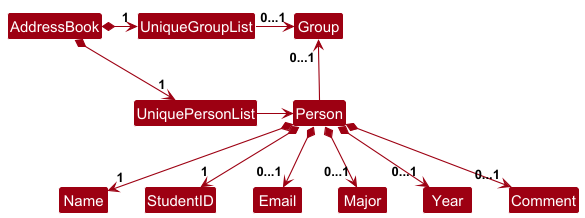
Earlier version of the PlantUML export docs/images/BetterModelClassDiagram.png (nus-cs2103-AY2425S1/tp).
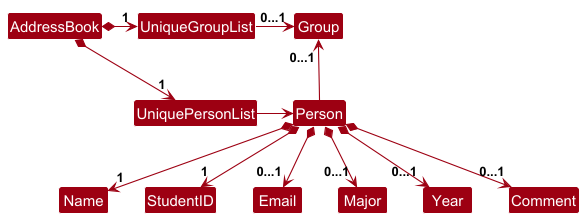
After the change.

Commit message:
Update person Uml diagram

What changed in the source:
```diff
@@ -16,10 +16,10 @@
 
 Person *--> "1" Name
 Person *--> "1" StudentID
+Person *--> "0...1" Comment
+Person *--> "0...1" Email
 Person *--> "0...1" Major
-Person *--> "0...1" Email
 Person *--> "0...1" Year
-Person *--> "0...1" Comment
 
 Name -[hidden]right-> StudentID
 StudentID -[hidden]right-> Email
```
